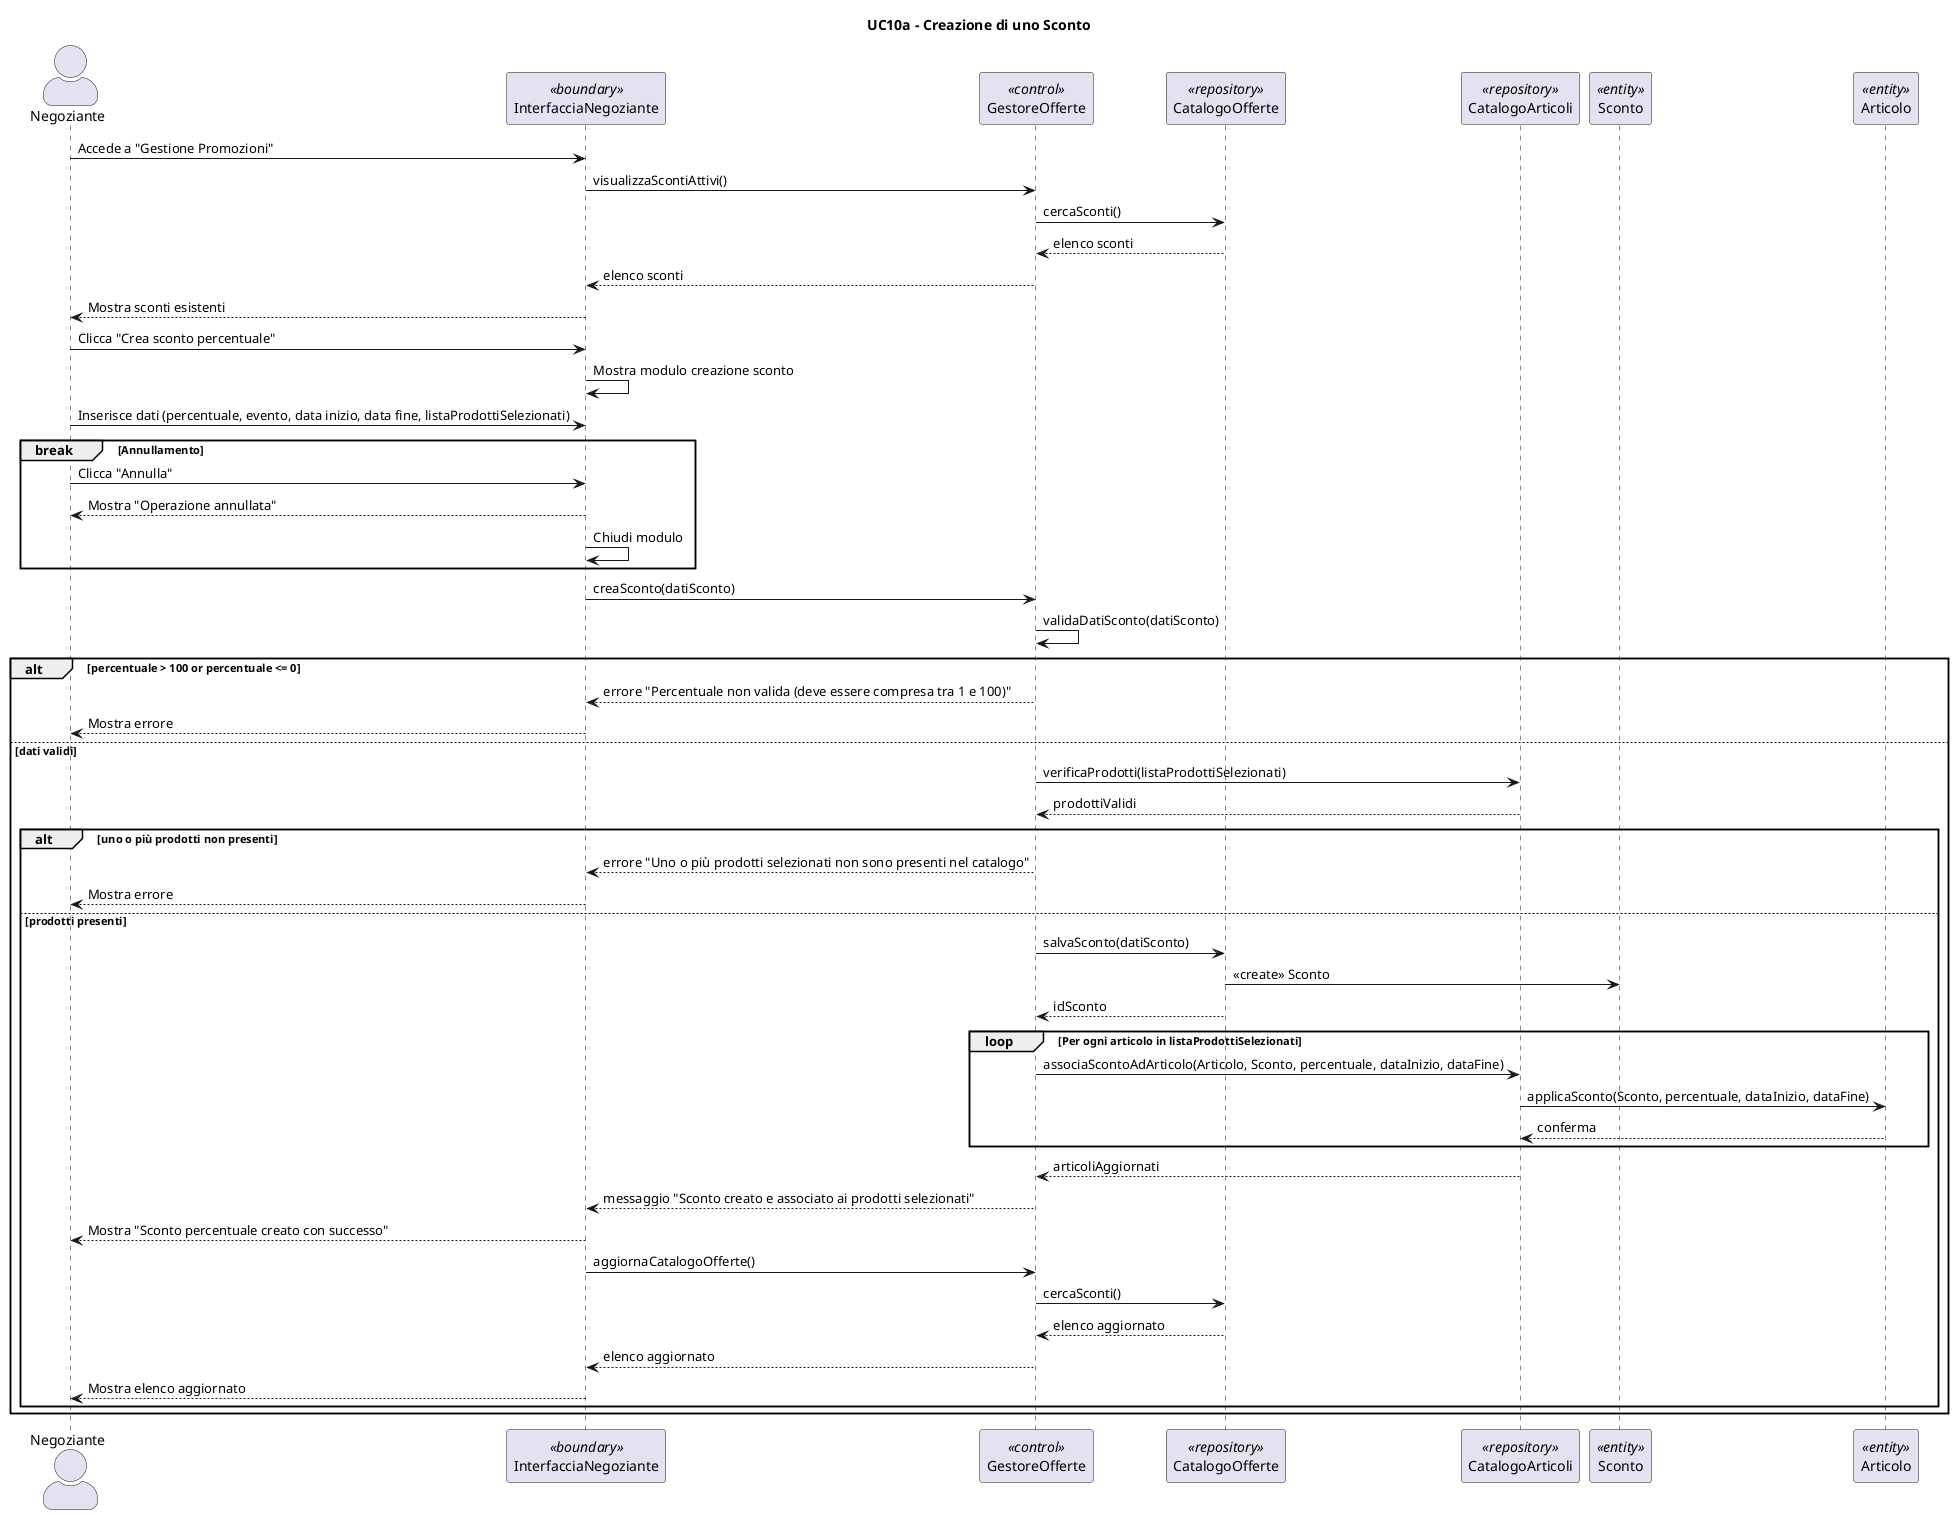
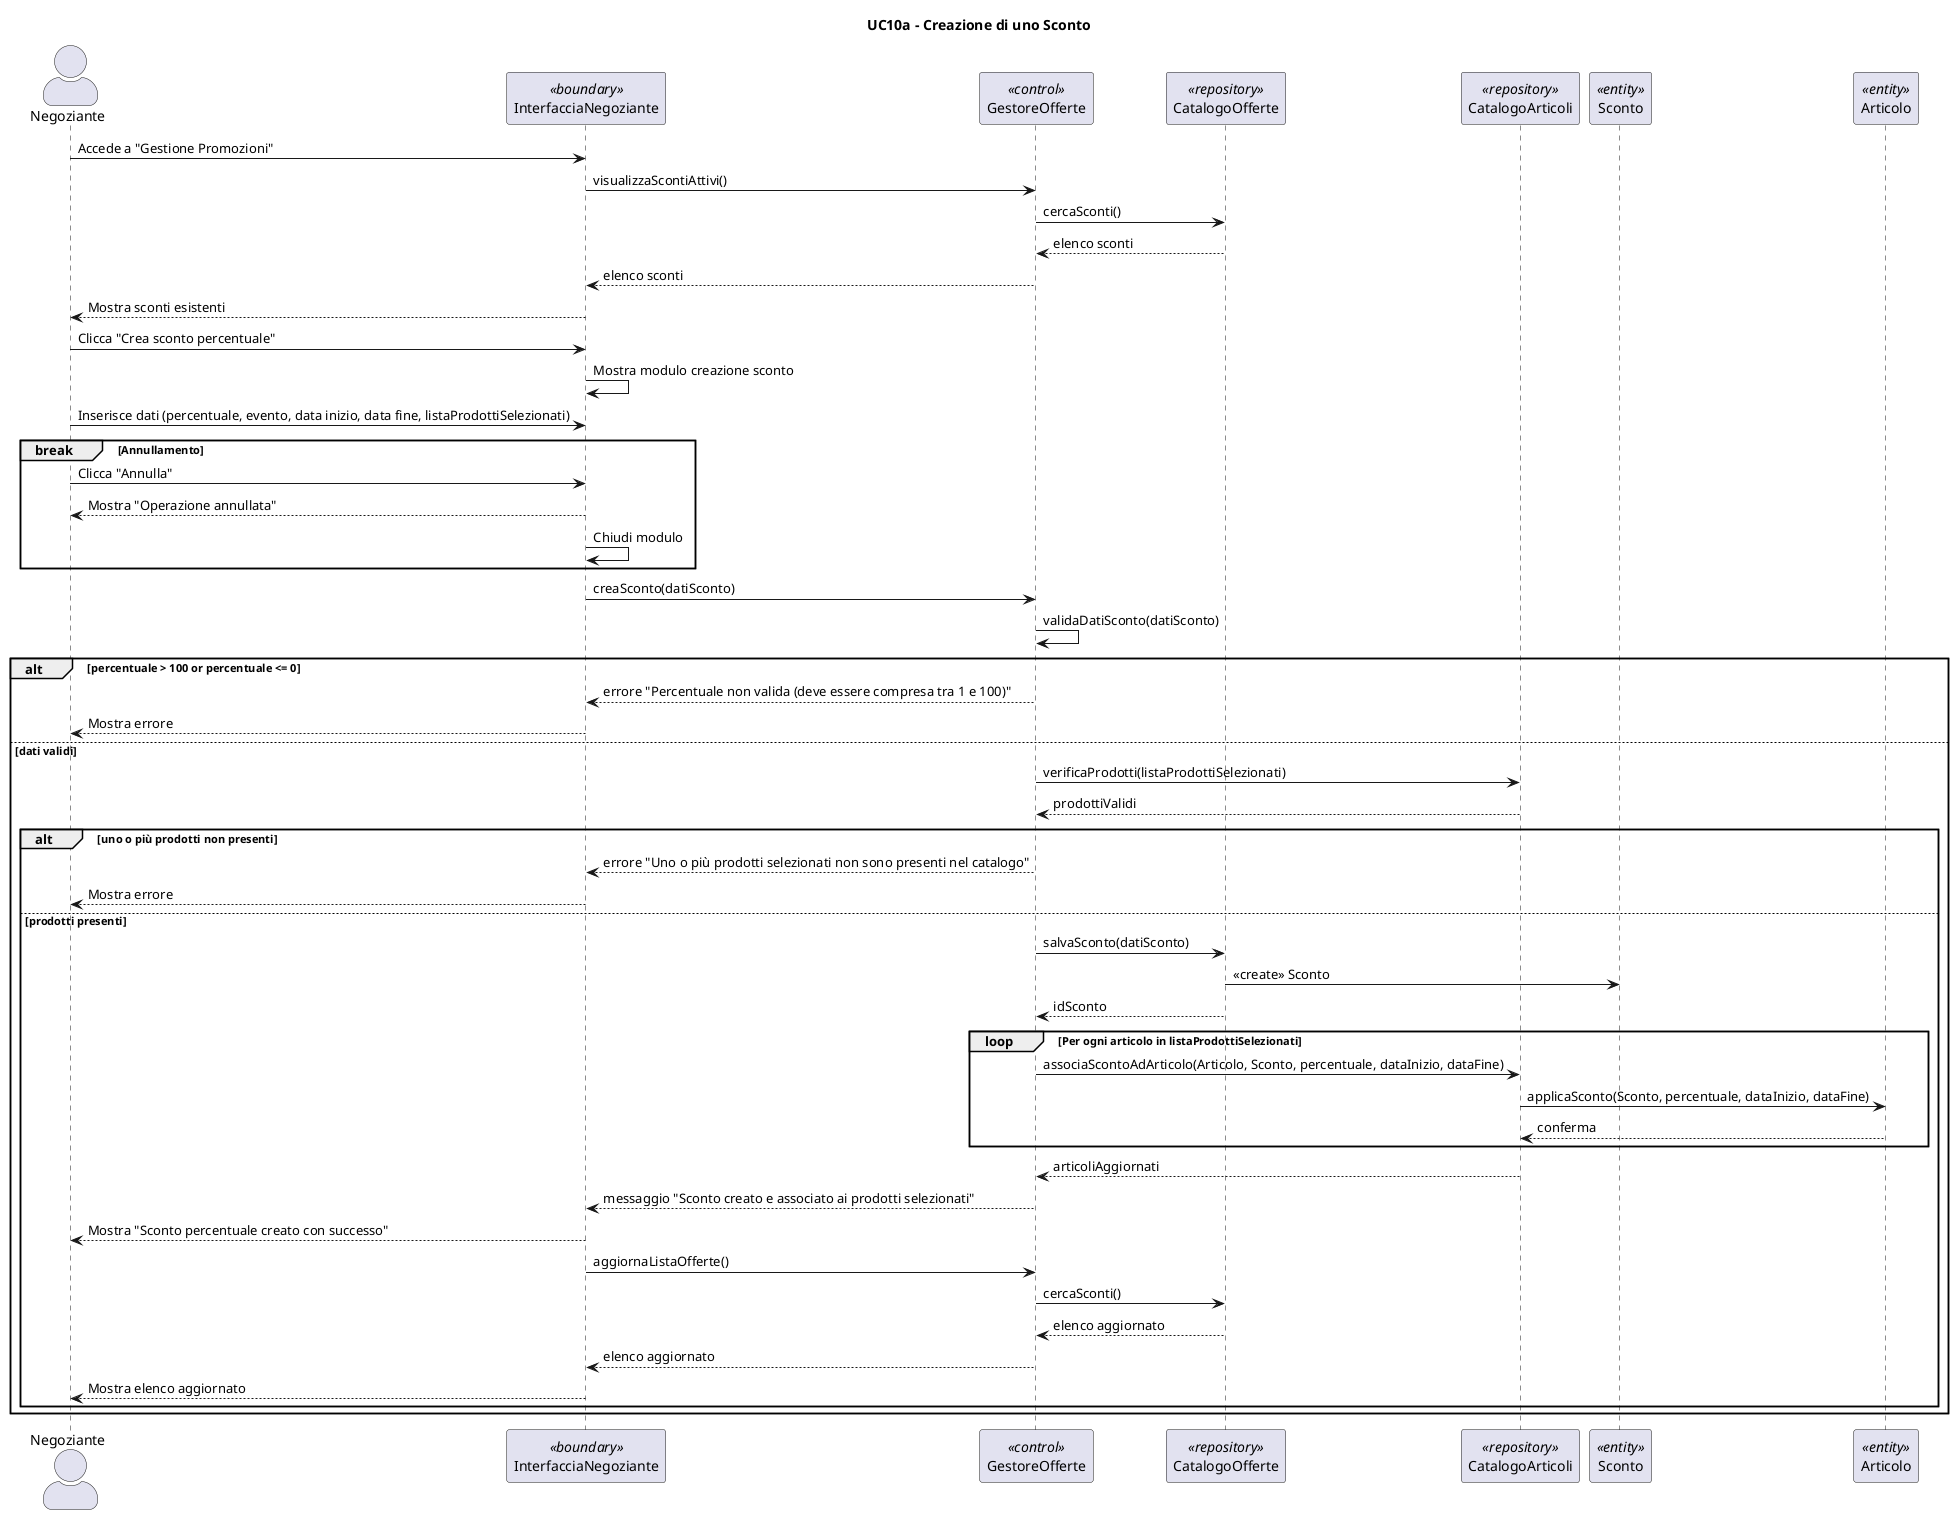
@startuml
title UC10a - Creazione di uno Sconto
skinparam actorStyle awesome

actor Negoziante as N
participant "InterfacciaNegoziante" as IN <<boundary>>
participant "GestoreOfferte" as G <<control>>
participant "CatalogoOfferte" as CS <<repository>>
participant "CatalogoArticoli" as CA <<repository>>
participant "Sconto" as Sconto <<entity>>
participant "Articolo" as Articolo <<entity>>

N -> IN: Accede a "Gestione Promozioni"
IN -> G: visualizzaScontiAttivi()
G -> CS: cercaSconti()
CS --> G: elenco sconti
G --> IN: elenco sconti
IN --> N: Mostra sconti esistenti

N -> IN: Clicca "Crea sconto percentuale"
IN -> IN: Mostra modulo creazione sconto
N -> IN: Inserisce dati (percentuale, evento, data inizio, data fine, listaProdottiSelezionati)

break Annullamento
    N -> IN: Clicca "Annulla"
    IN --> N: Mostra "Operazione annullata"
    IN -> IN: Chiudi modulo
end

IN -> G: creaSconto(datiSconto)
G -> G: validaDatiSconto(datiSconto)

alt percentuale > 100 or percentuale <= 0
    G --> IN: errore "Percentuale non valida (deve essere compresa tra 1 e 100)"
    IN --> N: Mostra errore

else dati validi
    G -> CA: verificaProdotti(listaProdottiSelezionati)
    CA --> G: prodottiValidi

    alt uno o più prodotti non presenti
        G --> IN: errore "Uno o più prodotti selezionati non sono presenti nel catalogo"
        IN --> N: Mostra errore

    else prodotti presenti
        G -> CS: salvaSconto(datiSconto)
        CS -> Sconto: <<create>> Sconto
        CS --> G: idSconto

        loop Per ogni articolo in listaProdottiSelezionati
            G -> CA: associaScontoAdArticolo(Articolo, Sconto, percentuale, dataInizio, dataFine)
            CA -> Articolo: applicaSconto(Sconto, percentuale, dataInizio, dataFine)
            Articolo --> CA: conferma
        end
        CA --> G: articoliAggiornati

        G --> IN: messaggio "Sconto creato e associato ai prodotti selezionati"
        IN --> N: Mostra "Sconto percentuale creato con successo"

-         IN -> G: aggiornaCatalogoOfferte()
+         IN -> G: aggiornaListaOfferte()
        G -> CS: cercaSconti()
        CS --> G: elenco aggiornato
        G --> IN: elenco aggiornato
        IN --> N: Mostra elenco aggiornato
    end
end
@enduml
